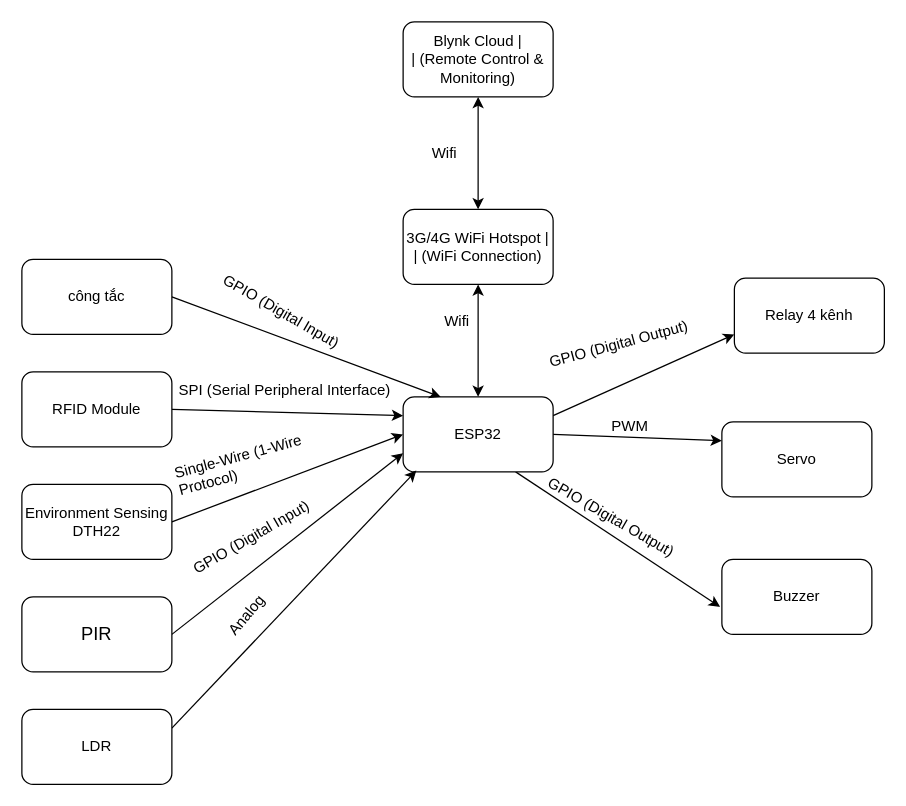
This is sodoKhoi.drawio from quyetcoder16/IOT_PROJECT, a draw.io file, before an edit. Source tidied: cells renumbered, new cells numbered last; positions are measured from the earlier drawing's top-left corner, leaving out a move shared by most shapes. Both pictures are drawn from the tidied source at 125%, with x=0, y=0 at pixel (21, 21).
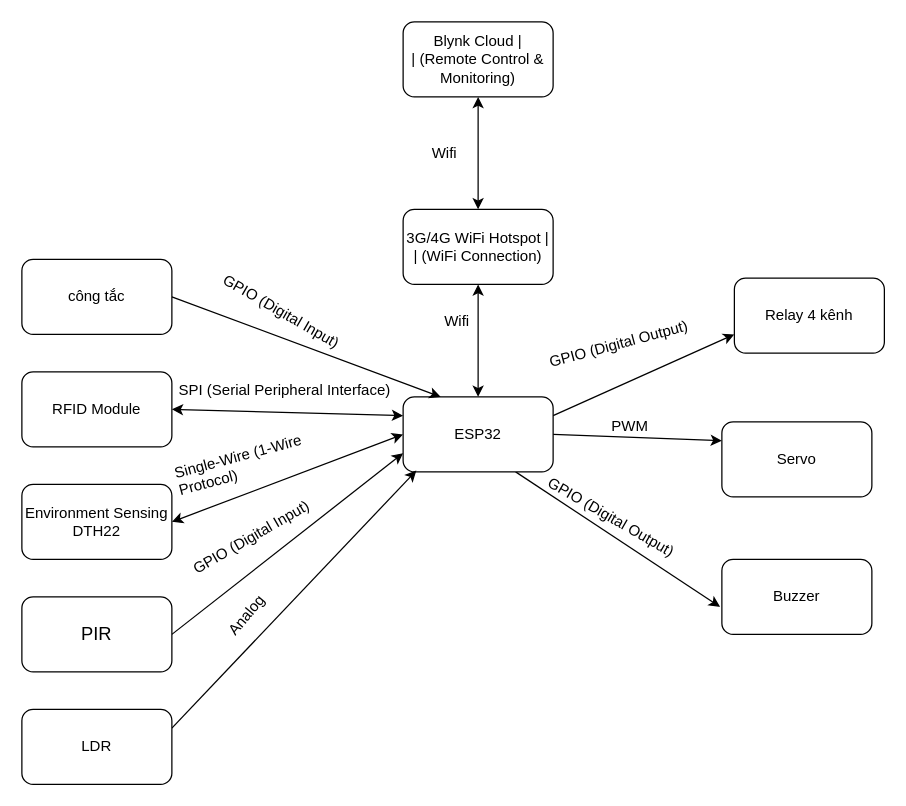
The same diagram, later.

The change refers to these unchanged cells:
```xml
<mxCell id="5" value="ESP32" style="rounded=1;whiteSpace=wrap;html=1;" parent="1" vertex="1">
  <mxGeometry x="305" y="300" width="120" height="60" as="geometry" />
</mxCell>
<mxCell id="8" value="&lt;div&gt;RFID Module&lt;/div&gt;" style="rounded=1;whiteSpace=wrap;html=1;" parent="1" vertex="1">
  <mxGeometry y="280" width="120" height="60" as="geometry" />
</mxCell>
<mxCell id="15" value="&lt;div&gt;Environment Sensing DTH22&lt;/div&gt;" style="rounded=1;whiteSpace=wrap;html=1;" parent="1" vertex="1">
  <mxGeometry y="370" width="120" height="60" as="geometry" />
</mxCell>
```

Change to the diagram source:
```diff
@@
-    <mxCell id="7" style="edgeStyle=none;html=1;exitX=1;exitY=0.5;exitDx=0;exitDy=0;entryX=0;entryY=0.25;entryDx=0;entryDy=0;" parent="1" edge="1" source="8" target="5">
-      <mxGeometry relative="1" as="geometry" />
-    </mxCell>
@@
-    <mxCell id="14" style="edgeStyle=none;html=1;exitX=1;exitY=0.5;exitDx=0;exitDy=0;entryX=0;entryY=0.5;entryDx=0;entryDy=0;" parent="1" edge="1" source="15" target="5">
-      <mxGeometry relative="1" as="geometry" />
-    </mxCell>
@@
+    <mxCell id="33" style="endArrow=classic;startArrow=classic;html=1;exitX=0;exitY=0.25;exitDx=0;exitDy=0;entryX=1;entryY=0.5;entryDx=0;entryDy=0;" parent="1" edge="1" source="5" target="8">
+      <mxGeometry relative="1" as="geometry" />
+    </mxCell>
+    <mxCell id="14" style="endArrow=classic;startArrow=classic;html=1;exitX=1;exitY=0.5;exitDx=0;exitDy=0;entryX=0;entryY=0.5;entryDx=0;entryDy=0;" parent="1" edge="1" source="15" target="5">
+      <mxGeometry relative="1" as="geometry" />
+    </mxCell>
```
